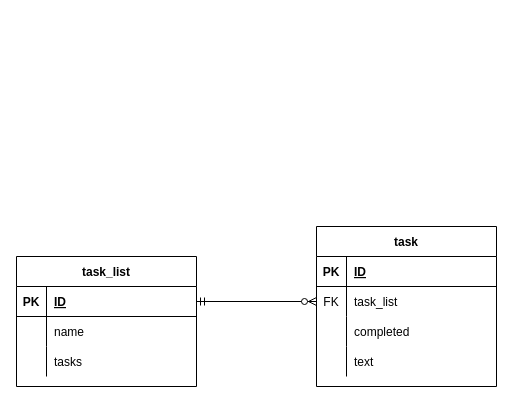
Earlier version of the draw.io diagram documentation/dbERD.drawio (syminical/BeyondMD-dockerized-Django-Postgres-Twilio-App). Source tidied: cells renumbered, new cells numbered last; positions are measured from the earlier drawing's top-left corner, leaving out a move shared by most shapes. Both pictures are drawn from the tidied source at 100%, with x=0, y=0 at pixel (16, 226).
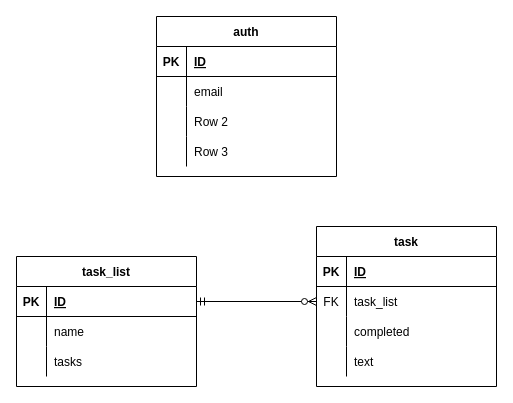
Above is the later version.

Commit message:
draft for auth table

What changed in the source:
```diff
@@
+    <mxCell id="26" value="auth" style="shape=table;startSize=30;childLayout=tableLayout;rowLines=0;fontStyle=1;align=center;" parent="1" vertex="1">
+      <mxGeometry x="140" y="-210" width="180" height="160" as="geometry" />
+    </mxCell>
+    <mxCell id="27" style="shape=partialRectangle;fillColor=none;top=0;left=0;bottom=1;right=0;" parent="26" vertex="1">
+      <mxGeometry y="30" width="180" height="30" as="geometry" />
+    </mxCell>
+    <mxCell id="28" value="PK" style="shape=partialRectangle;fillColor=none;top=0;left=0;bottom=0;right=0;fontStyle=1;overflow=hidden;" parent="27" vertex="1">
+      <mxGeometry width="30" height="30" as="geometry" />
+    </mxCell>
+    <mxCell id="29" value="ID" style="shape=partialRectangle;fillColor=none;top=0;left=0;bottom=0;right=0;align=left;spacingLeft=6;fontStyle=5;overflow=hidden;" parent="27" vertex="1">
+      <mxGeometry x="30" width="150" height="30" as="geometry" />
+    </mxCell>
+    <mxCell id="30" style="shape=partialRectangle;fillColor=none;top=0;left=0;bottom=0;right=0;" parent="26" vertex="1">
+      <mxGeometry y="60" width="180" height="30" as="geometry" />
+    </mxCell>
+    <mxCell id="31" style="shape=partialRectangle;fillColor=none;top=0;left=0;bottom=0;right=0;overflow=hidden;" parent="30" vertex="1">
+      <mxGeometry width="30" height="30" as="geometry" />
+    </mxCell>
+    <mxCell id="32" value="email" style="shape=partialRectangle;fillColor=none;top=0;left=0;bottom=0;right=0;align=left;spacingLeft=6;overflow=hidden;" parent="30" vertex="1">
+      <mxGeometry x="30" width="150" height="30" as="geometry" />
+    </mxCell>
+    <mxCell id="33" style="shape=partialRectangle;fillColor=none;top=0;left=0;bottom=0;right=0;" parent="26" vertex="1">
+      <mxGeometry y="90" width="180" height="30" as="geometry" />
+    </mxCell>
+    <mxCell id="34" style="shape=partialRectangle;fillColor=none;top=0;left=0;bottom=0;right=0;overflow=hidden;" parent="33" vertex="1">
+      <mxGeometry width="30" height="30" as="geometry" />
+    </mxCell>
+    <mxCell id="35" value="Row 2" style="shape=partialRectangle;fillColor=none;top=0;left=0;bottom=0;right=0;align=left;spacingLeft=6;overflow=hidden;" parent="33" vertex="1">
+      <mxGeometry x="30" width="150" height="30" as="geometry" />
+    </mxCell>
+    <mxCell id="36" style="shape=partialRectangle;fillColor=none;top=0;left=0;bottom=0;right=0;" parent="26" vertex="1">
+      <mxGeometry y="120" width="180" height="30" as="geometry" />
+    </mxCell>
+    <mxCell id="37" style="shape=partialRectangle;fillColor=none;top=0;left=0;bottom=0;right=0;overflow=hidden;" parent="36" vertex="1">
+      <mxGeometry width="30" height="30" as="geometry" />
+    </mxCell>
+    <mxCell id="38" value="Row 3" style="shape=partialRectangle;fillColor=none;top=0;left=0;bottom=0;right=0;align=left;spacingLeft=6;overflow=hidden;" parent="36" vertex="1">
+      <mxGeometry x="30" width="150" height="30" as="geometry" />
+    </mxCell>
```
